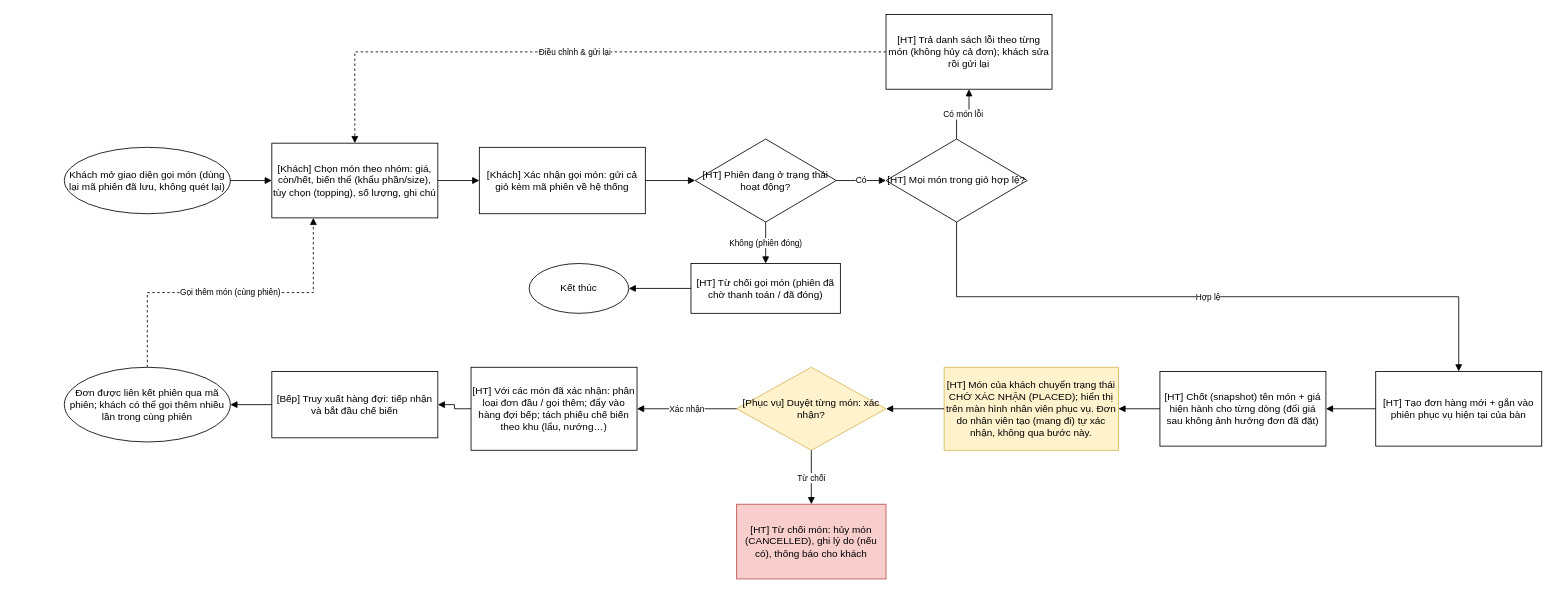
Before: docs/business-process-goi-mon-tai-ban.drawio in thanhhoa3514/restaurant-management, a draw.io diagram. Source tidied: cells renumbered, new cells numbered last; positions are measured from the earlier drawing's top-left corner, leaving out a move shared by most shapes. Both pictures are drawn from the tidied source at 83%, with x=0, y=0 at pixel (64, 14).
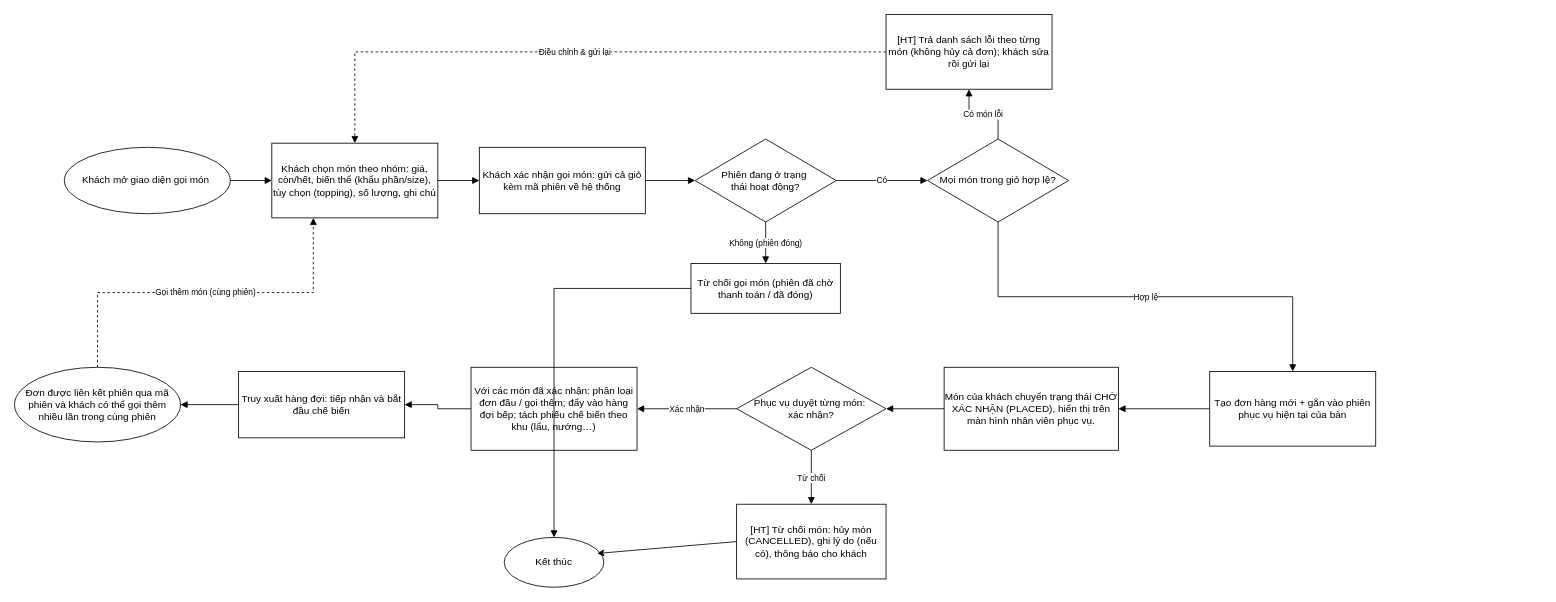
After the change.

What changed in the source:
```diff
@@
-    <mxCell id="2" value="Khách mở giao diện gọi món (dùng lại mã phiên đã lưu, không quét lại)" style="ellipse;whiteSpace=wrap;html=1;fillColor=#ffffff;strokeColor=#000000;" parent="1" vertex="1">
+    <mxCell id="2" value="Khách mở giao diện gọi món&amp;nbsp;" style="ellipse;whiteSpace=wrap;html=1;fillColor=#ffffff;strokeColor=#000000;" parent="1" vertex="1">
       <mxGeometry y="160" width="200" height="80" as="geometry" />
     </mxCell>
-    <mxCell id="3" value="[Khách] Chọn món theo nhóm: giá, còn/hết, biến thể (khẩu phần/size), tùy chọn (topping), số lượng, ghi chú" style="rounded=0;whiteSpace=wrap;html=1;fillColor=#ffffff;strokeColor=#000000;" parent="1" vertex="1">
+    <mxCell id="3" value="Khách chọn món theo nhóm: giá, còn/hết, biến thể (khẩu phần/size), tùy chọn (topping), số lượng, ghi chú" style="rounded=0;whiteSpace=wrap;html=1;fillColor=#ffffff;strokeColor=#000000;" parent="1" vertex="1">
       <mxGeometry x="250" y="155" width="200" height="90" as="geometry" />
     </mxCell>
-    <mxCell id="4" value="[Khách] Xác nhận gọi món: gửi cả giỏ kèm mã phiên về hệ thống" style="rounded=0;whiteSpace=wrap;html=1;fillColor=#ffffff;strokeColor=#000000;" parent="1" vertex="1">
+    <mxCell id="4" value="Khách xác nhận gọi món: gửi cả giỏ kèm mã phiên về hệ thống" style="rounded=0;whiteSpace=wrap;html=1;fillColor=#ffffff;strokeColor=#000000;" parent="1" vertex="1">
       <mxGeometry x="500" y="160" width="200" height="80" as="geometry" />
     </mxCell>
-    <mxCell id="5" value="[HT] Phiên đang ở trạng thái hoạt động?" style="rhombus;whiteSpace=wrap;html=1;fillColor=#ffffff;strokeColor=#000000;" parent="1" vertex="1">
+    <mxCell id="5" value="Phiên đang ở trạng&amp;nbsp;&lt;div&gt;thái hoạt động?&lt;/div&gt;" style="rhombus;whiteSpace=wrap;html=1;fillColor=#ffffff;strokeColor=#000000;" parent="1" vertex="1">
       <mxGeometry x="760" y="150" width="170" height="100" as="geometry" />
     </mxCell>
-    <mxCell id="6" value="[HT] Mọi món trong giỏ hợp lệ?" style="rhombus;whiteSpace=wrap;html=1;fillColor=#ffffff;strokeColor=#000000;" parent="1" vertex="1">
-      <mxGeometry x="990" y="150" width="170" height="100" as="geometry" />
+    <mxCell id="6" value="Mọi món trong giỏ hợp lệ?" style="rhombus;whiteSpace=wrap;html=1;fillColor=#ffffff;strokeColor=#000000;" parent="1" vertex="1">
+      <mxGeometry x="1040" y="150" width="170" height="100" as="geometry" />
     </mxCell>
@@
-    <mxCell id="8" value="[HT] Từ chối gọi món (phiên đã chờ thanh toán / đã đóng)" style="rounded=0;whiteSpace=wrap;html=1;fillColor=#ffffff;strokeColor=#000000;" parent="1" vertex="1">
+    <mxCell id="8" value="Từ chối gọi món (phiên đã chờ thanh toán / đã đóng)" style="rounded=0;whiteSpace=wrap;html=1;fillColor=#ffffff;strokeColor=#000000;" parent="1" vertex="1">
       <mxGeometry x="755" y="300" width="180" height="60" as="geometry" />
     </mxCell>
     <mxCell id="9" value="Kết thúc" style="ellipse;whiteSpace=wrap;html=1;fillColor=#ffffff;strokeColor=#000000;" parent="1" vertex="1">
-      <mxGeometry x="560" y="300" width="120" height="60" as="geometry" />
+      <mxGeometry x="530" y="630" width="120" height="60" as="geometry" />
     </mxCell>
-    <mxCell id="10" value="[HT] Tạo đơn hàng mới + gắn vào phiên phục vụ hiện tại của bàn" style="rounded=0;whiteSpace=wrap;html=1;fillColor=#ffffff;strokeColor=#000000;" parent="1" vertex="1">
-      <mxGeometry x="1580" y="430" width="200" height="90" as="geometry" />
+    <mxCell id="10" value="Tạo đơn hàng mới + gắn vào phiên phục vụ hiện tại của bàn" style="rounded=0;whiteSpace=wrap;html=1;fillColor=#ffffff;strokeColor=#000000;" parent="1" vertex="1">
+      <mxGeometry x="1380" y="430" width="200" height="90" as="geometry" />
     </mxCell>
-    <mxCell id="11" value="[HT] Chốt (snapshot) tên món + giá hiện hành cho từng dòng (đổi giá sau không ảnh hưởng đơn đã đặt)" style="rounded=0;whiteSpace=wrap;html=1;fillColor=#ffffff;strokeColor=#000000;" parent="1" vertex="1">
-      <mxGeometry x="1320" y="430" width="200" height="90" as="geometry" />
-    </mxCell>
-    <mxCell id="12" value="[HT] Món của khách chuyển trạng thái CHỜ XÁC NHẬN (PLACED); hiển thị trên màn hình nhân viên phục vụ. Đơn do nhân viên tạo (mang đi) tự xác nhận, không qua bước này." style="rounded=0;whiteSpace=wrap;html=1;fillColor=#fff2cc;strokeColor=#d6b656;" parent="1" vertex="1">
+    <mxCell id="12" value="Món của khách chuyển trạng thái CHỜ XÁC NHẬN (PLACED), hiển thị trên màn hình nhân viên phục vụ." style="rounded=0;whiteSpace=wrap;html=1;fillColor=default;strokeColor=default;" parent="1" vertex="1">
       <mxGeometry x="1060" y="425" width="210" height="100" as="geometry" />
     </mxCell>
-    <mxCell id="13" value="[Phục vụ] Duyệt từng món: xác nhận?" style="rhombus;whiteSpace=wrap;html=1;fillColor=#fff2cc;strokeColor=#d6b656;" parent="1" vertex="1">
+    <mxCell id="13" value="Phục vụ duyệt từng món:&amp;nbsp;&lt;div&gt;xác nhận?&lt;/div&gt;" style="rhombus;whiteSpace=wrap;html=1;fillColor=default;strokeColor=default;" parent="1" vertex="1">
       <mxGeometry x="810" y="425" width="180" height="100" as="geometry" />
     </mxCell>
-    <mxCell id="14" value="[HT] Từ chối món: hủy món (CANCELLED), ghi lý do (nếu có), thông báo cho khách" style="rounded=0;whiteSpace=wrap;html=1;fillColor=#f8cecc;strokeColor=#b85450;" parent="1" vertex="1">
+    <mxCell id="14" value="[HT] Từ chối món: hủy món (CANCELLED), ghi lý do (nếu có), thông báo cho khách" style="rounded=0;whiteSpace=wrap;html=1;fillColor=default;strokeColor=default;" parent="1" vertex="1">
       <mxGeometry x="810" y="590" width="180" height="90" as="geometry" />
     </mxCell>
-    <mxCell id="15" value="[HT] Với các món đã xác nhận: phân loại đơn đầu / gọi thêm; đẩy vào hàng đợi bếp; tách phiếu chế biến theo khu (lẩu, nướng…)" style="rounded=0;whiteSpace=wrap;html=1;fillColor=#ffffff;strokeColor=#000000;" parent="1" vertex="1">
+    <mxCell id="15" value="Với các món đã xác nhận: phân loại đơn đầu / gọi thêm; đẩy vào hàng đợi bếp; tách phiếu chế biến theo khu (lẩu, nướng…)" style="rounded=0;whiteSpace=wrap;html=1;fillColor=#ffffff;strokeColor=#000000;" parent="1" vertex="1">
       <mxGeometry x="490" y="425" width="200" height="100" as="geometry" />
     </mxCell>
-    <mxCell id="16" value="[Bếp] Truy xuất hàng đợi: tiếp nhận và bắt đầu chế biến" style="rounded=0;whiteSpace=wrap;html=1;fillColor=#ffffff;strokeColor=#000000;" parent="1" vertex="1">
-      <mxGeometry x="250" y="430" width="200" height="80" as="geometry" />
+    <mxCell id="16" value="Truy xuất hàng đợi: tiếp nhận và bắt đầu chế biến" style="rounded=0;whiteSpace=wrap;html=1;fillColor=#ffffff;strokeColor=#000000;" parent="1" vertex="1">
+      <mxGeometry x="210" y="430" width="200" height="80" as="geometry" />
     </mxCell>
-    <mxCell id="17" value="Đơn được liên kết phiên qua mã phiên; khách có thể gọi thêm nhiều lần trong cùng phiên" style="ellipse;whiteSpace=wrap;html=1;fillColor=#ffffff;strokeColor=#000000;" parent="1" vertex="1">
-      <mxGeometry y="425" width="200" height="90" as="geometry" />
+    <mxCell id="17" value="Đơn được liên kết phiên qua mã phiên và khách có thể gọi thêm nhiều lần trong cùng phiên" style="ellipse;whiteSpace=wrap;html=1;fillColor=#ffffff;strokeColor=#000000;" parent="1" vertex="1">
+      <mxGeometry x="-60" y="425" width="200" height="90" as="geometry" />
     </mxCell>
@@
-    <mxCell id="27" style="edgeStyle=orthogonalEdgeStyle;rounded=0;html=1;endArrow=block;" parent="1" edge="1" source="10" target="11">
-      <mxGeometry relative="1" as="geometry" />
-    </mxCell>
-    <mxCell id="28" style="edgeStyle=orthogonalEdgeStyle;rounded=0;html=1;endArrow=block;" parent="1" edge="1" source="11" target="12">
+    <mxCell id="28" style="edgeStyle=orthogonalEdgeStyle;rounded=0;html=1;endArrow=block;exitX=0;exitY=0.5;exitDx=0;exitDy=0;" parent="1" edge="1" source="10" target="12">
       <mxGeometry relative="1" as="geometry" />
     </mxCell>
@@
+    <mxCell id="35" style="edgeStyle=none;html=1;exitX=0;exitY=0.5;exitDx=0;exitDy=0;entryX=0.933;entryY=0.322;entryDx=0;entryDy=0;entryPerimeter=0;" parent="1" edge="1" source="14" target="9">
+      <mxGeometry relative="1" as="geometry" />
+    </mxCell>
```
